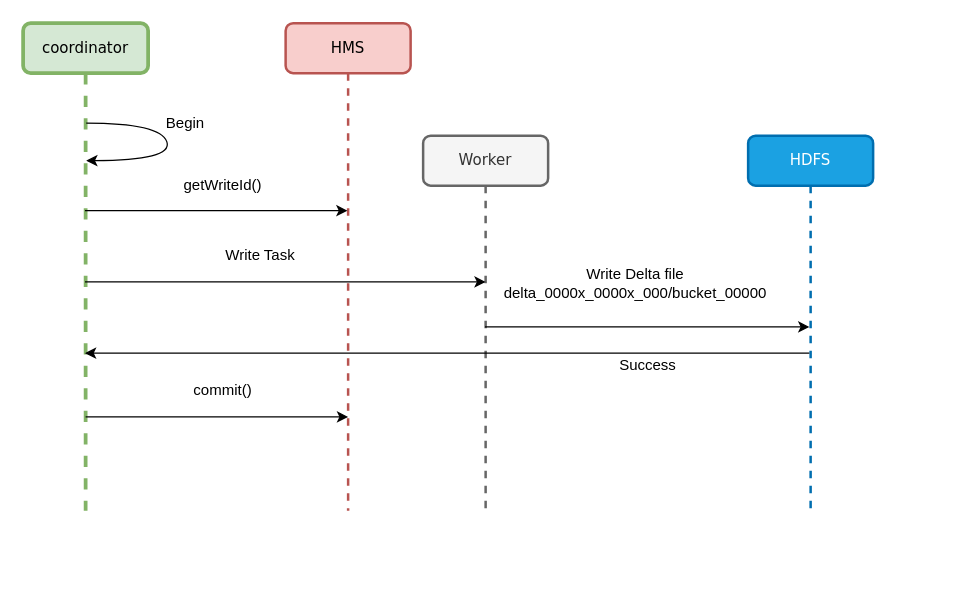
Above: Untitled Diagram.drawio in vinayakumarb/myrepo (draw.io), before the change. Source tidied: cells renumbered, new cells numbered last; positions are measured from the earlier drawing's top-left corner, leaving out a move shared by most shapes. Both pictures are drawn from the tidied source at 125%, with x=0, y=0 at pixel (22, 22).
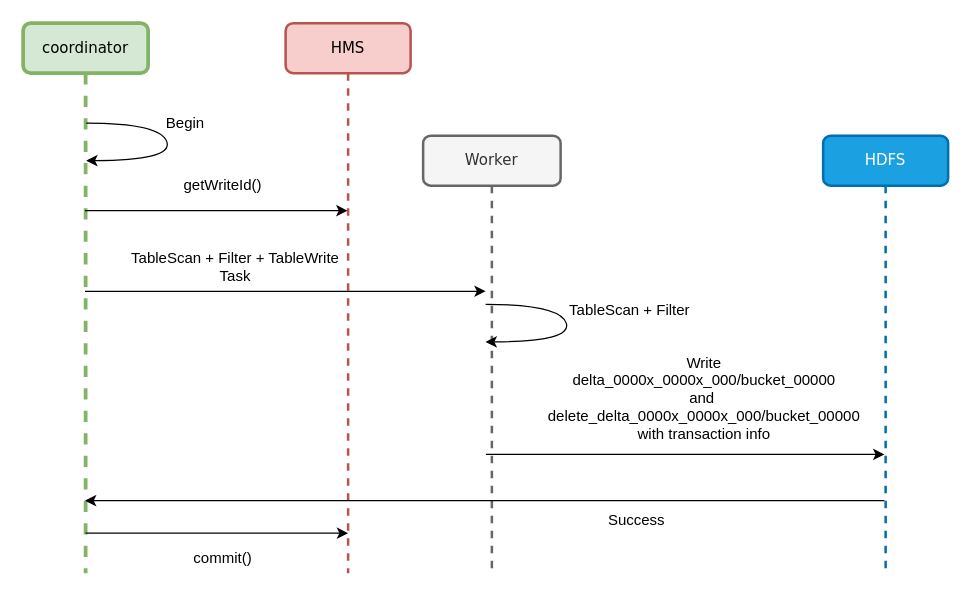
After the change.

Change to the diagram source:
```diff
@@
     <mxCell id="2" value="HMS" style="shape=umlLifeline;perimeter=lifelinePerimeter;whiteSpace=wrap;html=1;rounded=1;shadow=0;comic=0;labelBackgroundColor=none;strokeWidth=2;fontFamily=Verdana;fontSize=12;align=center;fillColor=#f8cecc;strokeColor=#b85450;" parent="1" vertex="1">
-      <mxGeometry x="210" width="100" height="390" as="geometry" />
+      <mxGeometry x="210" width="100" height="440" as="geometry" />
     </mxCell>
     <mxCell id="3" value="Worker" style="shape=umlLifeline;perimeter=lifelinePerimeter;whiteSpace=wrap;html=1;rounded=1;shadow=0;comic=0;labelBackgroundColor=none;strokeWidth=2;fontFamily=Verdana;fontSize=12;align=center;fillColor=#f5f5f5;strokeColor=#666666;fontColor=#333333;" parent="1" vertex="1">
-      <mxGeometry x="320" y="90" width="100" height="300" as="geometry" />
+      <mxGeometry x="320" y="90" width="110" height="350" as="geometry" />
     </mxCell>
     <mxCell id="4" value="HDFS" style="shape=umlLifeline;perimeter=lifelinePerimeter;whiteSpace=wrap;html=1;outlineConnect=0;rounded=1;shadow=0;comic=0;labelBackgroundColor=none;strokeWidth=2;fontFamily=Verdana;fontSize=12;align=center;fillColor=#1ba1e2;strokeColor=#006EAF;fontColor=#ffffff;" parent="1" vertex="1">
-      <mxGeometry x="580" y="90" width="100" height="300" as="geometry" />
+      <mxGeometry x="640" y="90" width="100" height="350" as="geometry" />
     </mxCell>
     <mxCell id="5" value="coordinator" style="shape=umlLifeline;perimeter=lifelinePerimeter;whiteSpace=wrap;html=1;outlineConnect=0;rounded=1;shadow=0;comic=0;labelBackgroundColor=none;strokeWidth=3;fontFamily=Verdana;fontSize=12;align=center;fillColor=#d5e8d4;strokeColor=#82b366;glass=0;" parent="1" vertex="1">
-      <mxGeometry width="100" height="390" as="geometry" />
+      <mxGeometry width="100" height="440" as="geometry" />
     </mxCell>
@@
-    <mxCell id="10" value="Write Task" style="text;html=1;strokeColor=none;fillColor=none;align=center;verticalAlign=middle;whiteSpace=wrap;rounded=0;" parent="1" vertex="1">
-      <mxGeometry x="150" y="176" width="80" height="20" as="geometry" />
+    <mxCell id="10" value="TableScan + Filter + TableWrite&lt;br&gt;Task&lt;br&gt;" style="text;html=1;strokeColor=none;fillColor=none;align=center;verticalAlign=middle;whiteSpace=wrap;rounded=0;" parent="1" vertex="1">
+      <mxGeometry x="80" y="185" width="180" height="20" as="geometry" />
     </mxCell>
     <mxCell id="11" style="endArrow=classic;html=1;" parent="1" edge="1">
       <mxGeometry relative="1" as="geometry">
-        <mxPoint x="49.5" y="207" as="sourcePoint" />
-        <mxPoint x="370" y="207" as="targetPoint" />
+        <mxPoint x="49.5" y="214.5" as="sourcePoint" />
+        <mxPoint x="370" y="214.5" as="targetPoint" />
       </mxGeometry>
     </mxCell>
-    <mxCell id="12" style="endArrow=classic;html=1;" parent="1" edge="1" target="4">
+    <mxCell id="12" style="endArrow=classic;html=1;" parent="1" edge="1">
       <mxGeometry relative="1" as="geometry">
-        <mxPoint x="369.5" y="243" as="sourcePoint" />
+        <mxPoint x="370.2" y="345" as="sourcePoint" />
+        <mxPoint x="689" y="345" as="targetPoint" />
       </mxGeometry>
     </mxCell>
-    <mxCell id="13" value="Write Delta file&lt;br&gt;delta_0000x_0000x_000/bucket_00000" style="text;html=1;strokeColor=none;fillColor=none;align=center;verticalAlign=middle;whiteSpace=wrap;rounded=0;" parent="1" vertex="1">
-      <mxGeometry x="380" y="176" width="220" height="63" as="geometry" />
+    <mxCell id="13" value="Write &lt;br&gt;delta_0000x_0000x_000/bucket_00000&lt;br&gt;and&amp;nbsp;&lt;br&gt;delete_delta_0000x_0000x_000/bucket_00000&lt;br&gt;with transaction info" style="text;html=1;strokeColor=none;fillColor=none;align=center;verticalAlign=middle;whiteSpace=wrap;rounded=0;" parent="1" vertex="1">
+      <mxGeometry x="420" y="255" width="250" height="90" as="geometry" />
     </mxCell>
-    <mxCell id="14" style="endArrow=classic;html=1;" parent="1" edge="1" source="4">
+    <mxCell id="14" style="endArrow=classic;html=1;" parent="1" edge="1">
       <mxGeometry relative="1" as="geometry">
-        <mxPoint x="49.5" y="264" as="targetPoint" />
+        <mxPoint x="689" y="382" as="sourcePoint" />
+        <mxPoint x="49.5" y="382" as="targetPoint" />
         <Array as="points">
-          <mxPoint x="470" y="264" />
+          <mxPoint x="470" y="382" />
         </Array>
       </mxGeometry>
     </mxCell>
     <mxCell id="15" style="endArrow=classic;html=1;" parent="1" edge="1">
       <mxGeometry relative="1" as="geometry">
-        <mxPoint x="50" y="315" as="sourcePoint" />
-        <mxPoint x="260" y="315" as="targetPoint" />
+        <mxPoint x="50" y="408" as="sourcePoint" />
+        <mxPoint x="260" y="408" as="targetPoint" />
       </mxGeometry>
     </mxCell>
     <mxCell id="16" value="commit()" style="text;html=1;strokeColor=none;fillColor=none;align=center;verticalAlign=middle;whiteSpace=wrap;rounded=0;" parent="1" vertex="1">
-      <mxGeometry x="140" y="284" width="40" height="20" as="geometry" />
+      <mxGeometry x="140" y="418" width="40" height="20" as="geometry" />
     </mxCell>
     <mxCell id="17" value="Success" style="text;html=1;strokeColor=none;fillColor=none;align=center;verticalAlign=middle;whiteSpace=wrap;rounded=0;" parent="1" vertex="1">
-      <mxGeometry x="460" y="264" width="80" height="20" as="geometry" />
+      <mxGeometry x="450.8" y="388" width="80" height="20" as="geometry" />
     </mxCell>
+    <mxCell id="18" value="TableScan + Filter" style="text;html=1;strokeColor=none;fillColor=none;align=center;verticalAlign=middle;whiteSpace=wrap;rounded=0;" parent="1" vertex="1">
+      <mxGeometry x="430" y="220" width="110.5" height="20" as="geometry" />
+    </mxCell>
+    <mxCell id="19" style="curved=1;endArrow=classic;html=1;" parent="1" edge="1">
+      <mxGeometry relative="1" as="geometry">
+        <mxPoint x="370" y="225" as="sourcePoint" />
+        <mxPoint x="370" y="255" as="targetPoint" />
+        <Array as="points">
+          <mxPoint x="429.5" y="225" />
+          <mxPoint x="439.5" y="255" />
+        </Array>
+      </mxGeometry>
+    </mxCell>
```
